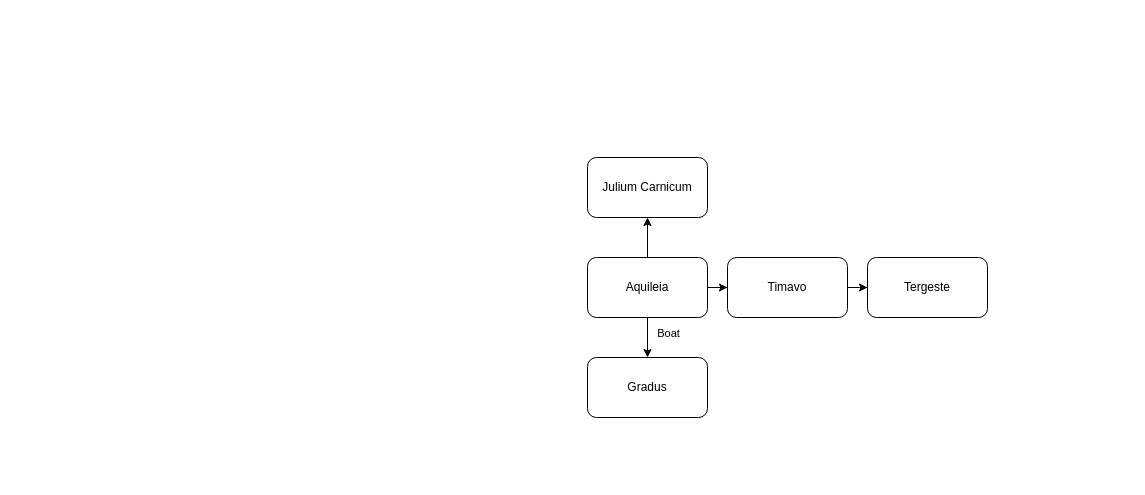
This is page "Roman Map" (2 of 2) of Untitled Diagram.drawio from SpencerChamp/akileia, a draw.io file, before an edit. Source tidied: cells renumbered, new cells numbered last; positions are measured from the earlier drawing's top-left corner, leaving out a move shared by most shapes. Both pictures are drawn from the tidied source at 100%, with x=0, y=0 at pixel (587, 157).
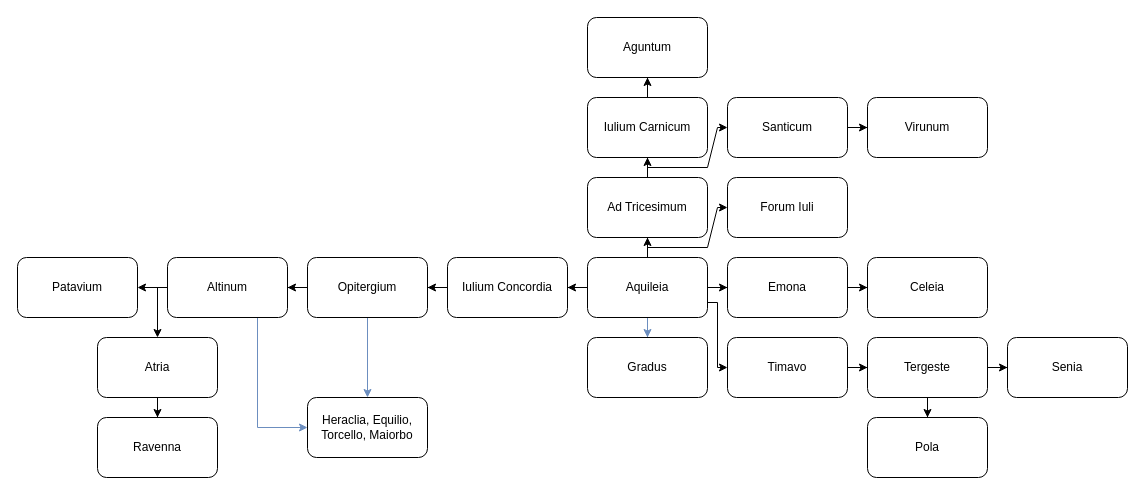
Above is the later version.

Unchanged cells that the change refers to:
```xml
<mxCell id="6" value="Aquileia" style="rounded=1;whiteSpace=wrap;html=1;" parent="1" vertex="1">
  <mxGeometry y="100" width="120" height="60" as="geometry" />
</mxCell>
```

Change to the diagram source:
```diff
@@
-    <mxCell id="3" style="edgeStyle=orthogonalEdgeStyle;rounded=0;jettySize=auto;html=1;" parent="1" edge="1" source="6" target="8">
+    <mxCell id="3" style="edgeStyle=orthogonalEdgeStyle;rounded=0;jettySize=auto;html=1;fillColor=#dae8fc;strokeColor=#6c8ebf;" parent="1" edge="1" source="6" target="8">
       <mxGeometry relative="1" as="geometry" />
     </mxCell>
-    <mxCell id="4" value="Boat" style="edgeLabel;html=1;align=center;verticalAlign=middle;" parent="3" vertex="1">
-      <mxGeometry x="-0.25" y="2" relative="1" as="geometry">
-        <mxPoint x="18" as="offset" />
-      </mxGeometry>
-    </mxCell>
+    <mxCell id="12" style="edgeStyle=orthogonalEdgeStyle;rounded=0;jettySize=auto;html=1;" parent="1" edge="1" source="6" target="20">
+      <mxGeometry relative="1" as="geometry" />
+    </mxCell>
+    <mxCell id="13" style="edgeStyle=orthogonalEdgeStyle;rounded=0;jettySize=auto;html=1;" parent="1" edge="1" source="6" target="23">
+      <mxGeometry relative="1" as="geometry" />
+    </mxCell>
-    <mxCell id="5" style="edgeStyle=orthogonalEdgeStyle;rounded=0;jettySize=auto;html=1;" parent="1" edge="1" source="6" target="11">
-      <mxGeometry relative="1" as="geometry" />
+    <mxCell id="5" style="edgeStyle=orthogonalEdgeStyle;rounded=0;jettySize=auto;html=1;exitX=1;exitY=0.75;exitDx=0;exitDy=0;entryX=0;entryY=0.5;entryDx=0;entryDy=0;" parent="1" edge="1" source="6" target="11">
+      <mxGeometry relative="1" as="geometry">
+        <Array as="points">
+          <mxPoint x="130" y="145" />
+          <mxPoint x="130" y="210" />
+        </Array>
+      </mxGeometry>
     </mxCell>
@@
+    <mxCell id="14" style="edgeStyle=orthogonalEdgeStyle;rounded=0;jettySize=auto;html=1;" parent="1" edge="1" source="7" target="18">
+      <mxGeometry relative="1" as="geometry" />
+    </mxCell>
-    <mxCell id="7" value="Julium Carnicum" style="rounded=1;whiteSpace=wrap;html=1;" parent="1" vertex="1">
-      <mxGeometry width="120" height="60" as="geometry" />
+    <mxCell id="7" value="Ad Tricesimum" style="rounded=1;whiteSpace=wrap;html=1;shadow=0;glass=0;sketch=0;" parent="1" vertex="1">
+      <mxGeometry y="20" width="120" height="60" as="geometry" />
     </mxCell>
     <mxCell id="8" value="Gradus" style="rounded=1;whiteSpace=wrap;html=1;" parent="1" vertex="1">
-      <mxGeometry y="200" width="120" height="60" as="geometry" />
+      <mxGeometry y="180" width="120" height="60" as="geometry" />
     </mxCell>
+    <mxCell id="15" style="edgeStyle=orthogonalEdgeStyle;rounded=0;jettySize=auto;html=1;" parent="1" edge="1" source="9" target="29">
+      <mxGeometry relative="1" as="geometry" />
+    </mxCell>
+    <mxCell id="16" style="edgeStyle=orthogonalEdgeStyle;rounded=0;jettySize=auto;html=1;" parent="1" edge="1" source="9" target="30">
+      <mxGeometry relative="1" as="geometry" />
+    </mxCell>
     <mxCell id="9" value="Tergeste" style="rounded=1;whiteSpace=wrap;html=1;" parent="1" vertex="1">
-      <mxGeometry x="280" y="100" width="120" height="60" as="geometry" />
+      <mxGeometry x="280" y="180" width="120" height="60" as="geometry" />
     </mxCell>
@@
     <mxCell id="11" value="Timavo" style="rounded=1;whiteSpace=wrap;html=1;" parent="1" vertex="1">
-      <mxGeometry x="140" y="100" width="120" height="60" as="geometry" />
+      <mxGeometry x="140" y="180" width="120" height="60" as="geometry" />
     </mxCell>
+    <mxCell id="17" style="edgeStyle=orthogonalEdgeStyle;rounded=0;jettySize=auto;html=1;" parent="1" edge="1" source="18" target="31">
+      <mxGeometry relative="1" as="geometry" />
+    </mxCell>
+    <mxCell id="18" value="Iulium Carnicum" style="rounded=1;whiteSpace=wrap;html=1;shadow=0;glass=0;sketch=0;" parent="1" vertex="1">
+      <mxGeometry y="-60" width="120" height="60" as="geometry" />
+    </mxCell>
+    <mxCell id="19" style="edgeStyle=orthogonalEdgeStyle;rounded=0;jettySize=auto;html=1;" parent="1" edge="1" source="20" target="43">
+      <mxGeometry relative="1" as="geometry" />
+    </mxCell>
+    <mxCell id="20" value="Iulium Concordia" style="rounded=1;whiteSpace=wrap;html=1;" parent="1" vertex="1">
+      <mxGeometry x="-140" y="100" width="120" height="60" as="geometry" />
+    </mxCell>
+    <mxCell id="21" style="endArrow=classic;html=1;rounded=0;" parent="1" edge="1">
+      <mxGeometry relative="1" as="geometry">
+        <mxPoint x="60" y="90" as="sourcePoint" />
+        <mxPoint x="140" y="50" as="targetPoint" />
+        <Array as="points">
+          <mxPoint x="120" y="90" />
+          <mxPoint x="130" y="50" />
+        </Array>
+      </mxGeometry>
+    </mxCell>
+    <mxCell id="22" style="edgeStyle=orthogonalEdgeStyle;rounded=0;jettySize=auto;html=1;" parent="1" edge="1" source="23" target="24">
+      <mxGeometry relative="1" as="geometry" />
+    </mxCell>
+    <mxCell id="23" value="Emona" style="rounded=1;whiteSpace=wrap;html=1;shadow=0;glass=0;sketch=0;" parent="1" vertex="1">
+      <mxGeometry x="140" y="100" width="120" height="60" as="geometry" />
+    </mxCell>
+    <mxCell id="24" value="Celeia" style="rounded=1;whiteSpace=wrap;html=1;shadow=0;glass=0;sketch=0;" parent="1" vertex="1">
+      <mxGeometry x="280" y="100" width="120" height="60" as="geometry" />
+    </mxCell>
+    <mxCell id="25" style="endArrow=classic;html=1;rounded=0;" parent="1" edge="1">
+      <mxGeometry relative="1" as="geometry">
+        <mxPoint x="60" y="10" as="sourcePoint" />
+        <mxPoint x="140" y="-30" as="targetPoint" />
+        <Array as="points">
+          <mxPoint x="120" y="10" />
+          <mxPoint x="130" y="-30" />
+        </Array>
+      </mxGeometry>
+    </mxCell>
+    <mxCell id="26" style="edgeStyle=orthogonalEdgeStyle;rounded=0;jettySize=auto;html=1;" parent="1" edge="1" source="27" target="28">
+      <mxGeometry relative="1" as="geometry" />
+    </mxCell>
+    <mxCell id="27" value="Santicum" style="rounded=1;whiteSpace=wrap;html=1;shadow=0;glass=0;sketch=0;" parent="1" vertex="1">
+      <mxGeometry x="140" y="-60" width="120" height="60" as="geometry" />
+    </mxCell>
+    <mxCell id="28" value="Virunum" style="rounded=1;whiteSpace=wrap;html=1;shadow=0;glass=0;sketch=0;" parent="1" vertex="1">
+      <mxGeometry x="280" y="-60" width="120" height="60" as="geometry" />
+    </mxCell>
+    <mxCell id="29" value="Pola" style="rounded=1;whiteSpace=wrap;html=1;" parent="1" vertex="1">
+      <mxGeometry x="280" y="260" width="120" height="60" as="geometry" />
+    </mxCell>
+    <mxCell id="30" value="Senia" style="rounded=1;whiteSpace=wrap;html=1;" parent="1" vertex="1">
+      <mxGeometry x="420" y="180" width="120" height="60" as="geometry" />
+    </mxCell>
+    <mxCell id="31" value="Aguntum" style="rounded=1;whiteSpace=wrap;html=1;shadow=0;glass=0;sketch=0;" parent="1" vertex="1">
+      <mxGeometry y="-140" width="120" height="60" as="geometry" />
+    </mxCell>
+    <mxCell id="32" style="edgeStyle=orthogonalEdgeStyle;rounded=0;jettySize=auto;html=1;" parent="1" edge="1" source="34" target="35">
+      <mxGeometry relative="1" as="geometry" />
+    </mxCell>
+    <mxCell id="33" style="edgeStyle=orthogonalEdgeStyle;rounded=0;jettySize=auto;html=1;exitX=0.75;exitY=1;exitDx=0;exitDy=0;entryX=0;entryY=0.5;entryDx=0;entryDy=0;fillColor=#dae8fc;strokeColor=#6c8ebf;" parent="1" edge="1" source="34" target="44">
+      <mxGeometry relative="1" as="geometry" />
+    </mxCell>
+    <mxCell id="34" value="Altinum" style="rounded=1;whiteSpace=wrap;html=1;" parent="1" vertex="1">
+      <mxGeometry x="-420" y="100" width="120" height="60" as="geometry" />
+    </mxCell>
+    <mxCell id="35" value="Patavium" style="rounded=1;whiteSpace=wrap;html=1;" parent="1" vertex="1">
+      <mxGeometry x="-570" y="100" width="120" height="60" as="geometry" />
+    </mxCell>
+    <mxCell id="36" style="endArrow=classic;html=1;rounded=0;" parent="1" edge="1">
+      <mxGeometry relative="1" as="geometry">
+        <mxPoint x="-430" y="130" as="sourcePoint" />
+        <mxPoint x="-430" y="180" as="targetPoint" />
+      </mxGeometry>
+    </mxCell>
+    <mxCell id="37" style="edgeStyle=orthogonalEdgeStyle;rounded=0;jettySize=auto;html=1;" parent="1" edge="1" source="38" target="39">
+      <mxGeometry relative="1" as="geometry" />
+    </mxCell>
+    <mxCell id="38" value="Atria" style="rounded=1;whiteSpace=wrap;html=1;" parent="1" vertex="1">
+      <mxGeometry x="-490" y="180" width="120" height="60" as="geometry" />
+    </mxCell>
+    <mxCell id="39" value="Ravenna" style="rounded=1;whiteSpace=wrap;html=1;" parent="1" vertex="1">
+      <mxGeometry x="-490" y="260" width="120" height="60" as="geometry" />
+    </mxCell>
+    <mxCell id="40" value="Forum Iuli" style="rounded=1;whiteSpace=wrap;html=1;shadow=0;glass=0;sketch=0;" parent="1" vertex="1">
+      <mxGeometry x="140" y="20" width="120" height="60" as="geometry" />
+    </mxCell>
+    <mxCell id="41" style="edgeStyle=orthogonalEdgeStyle;rounded=0;jettySize=auto;html=1;" parent="1" edge="1" source="43" target="34">
+      <mxGeometry relative="1" as="geometry" />
+    </mxCell>
+    <mxCell id="42" style="edgeStyle=orthogonalEdgeStyle;rounded=0;jettySize=auto;html=1;fillColor=#dae8fc;strokeColor=#6c8ebf;" parent="1" edge="1" source="43" target="44">
+      <mxGeometry relative="1" as="geometry" />
+    </mxCell>
+    <mxCell id="43" value="Opitergium" style="rounded=1;whiteSpace=wrap;html=1;" parent="1" vertex="1">
+      <mxGeometry x="-280" y="100" width="120" height="60" as="geometry" />
+    </mxCell>
+    <mxCell id="44" value="Heraclia, Equilio, Torcello, Maiorbo" style="rounded=1;whiteSpace=wrap;html=1;" parent="1" vertex="1">
+      <mxGeometry x="-280" y="240" width="120" height="60" as="geometry" />
+    </mxCell>
```
